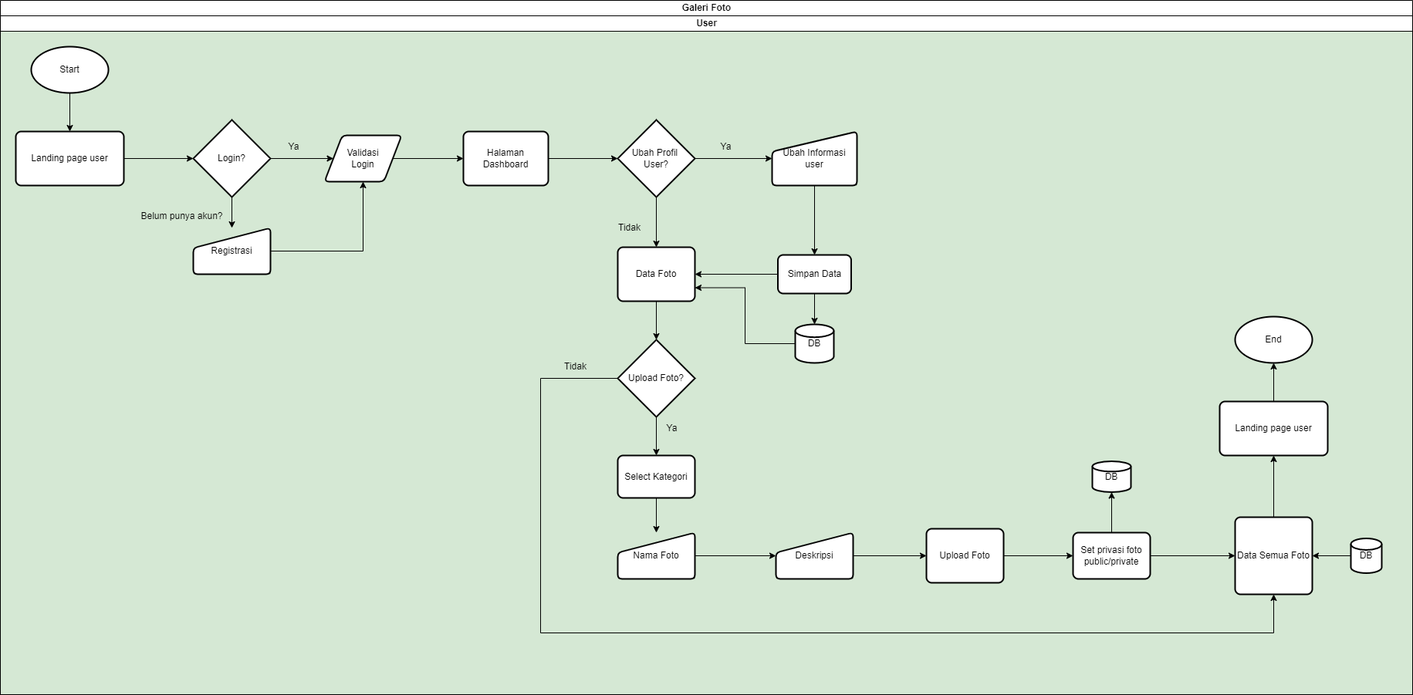
Earlier version of the draw.io export Documentation/Flowchart/Flow Galeri Foto.png (Rinagustisya/Galeri-Foto). Source tidied: cells renumbered, new cells last; positions are measured from the earlier drawing's top-left corner, leaving out a move shared by most shapes.
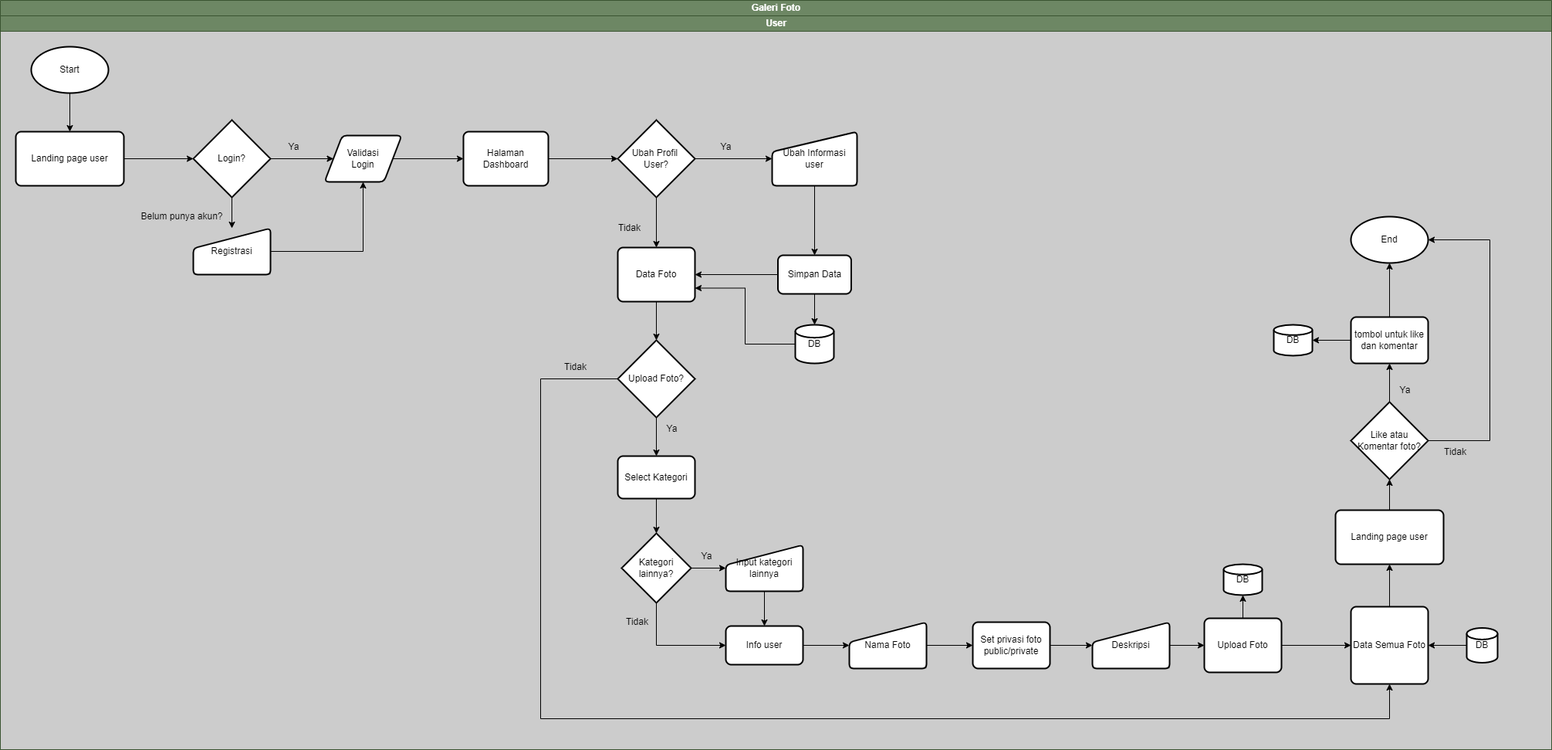
The same diagram one commit later.

Diff of the diagram source:
```diff
@@ -1,12 +1,12 @@
-<mxGraphModel background="#D5E8D4">
+<mxGraphModel background="#CCCCCC">
   <root>
     <mxCell id="0" />
     <mxCell id="1" parent="0" />
-    <mxCell id="2" value="User" style="swimlane;startSize=20;html=1;" parent="1" vertex="1">
-      <mxGeometry y="20" width="1830" height="880" as="geometry" />
+    <mxCell id="2" value="User" style="swimlane;startSize=20;html=1;fillColor=#6d8764;strokeColor=#3A5431;fontColor=#ffffff;" parent="1" vertex="1">
+      <mxGeometry y="20" width="2010" height="950" as="geometry" />
     </mxCell>
-    <mxCell id="3" value="Galeri Foto" style="swimlane;startSize=20;html=1;" parent="1" vertex="1">
-      <mxGeometry width="1830" height="900" as="geometry" />
+    <mxCell id="3" value="Galeri Foto" style="swimlane;startSize=20;html=1;fillColor=#6d8764;fontColor=#ffffff;strokeColor=#3A5431;" parent="1" vertex="1">
+      <mxGeometry width="2010" height="970" as="geometry" />
     </mxCell>
     <mxCell id="4" value="Start" style="strokeWidth=2;html=1;shape=mxgraph.flowchart.start_1;whiteSpace=wrap;" parent="3" vertex="1">
       <mxGeometry x="40" y="60" width="100" height="60" as="geometry" />
@@ -102,46 +102,46 @@
       <mxGeometry relative="1" as="geometry">
         <Array as="points">
           <mxPoint x="700" y="490" />
-          <mxPoint x="700" y="820" />
-          <mxPoint x="1650" y="820" />
+          <mxPoint x="700" y="930" />
+          <mxPoint x="1800" y="930" />
         </Array>
       </mxGeometry>
     </mxCell>
     <mxCell id="35" value="Upload Foto?" style="strokeWidth=2;html=1;shape=mxgraph.flowchart.decision;whiteSpace=wrap;" parent="3" vertex="1">
       <mxGeometry x="800" y="440" width="100" height="100" as="geometry" />
     </mxCell>
+    <mxCell id="57" style="edgeStyle=orthogonalEdgeStyle;rounded=0;jettySize=auto;html=1;" parent="3" edge="1" source="36" target="65">
+      <mxGeometry relative="1" as="geometry" />
+    </mxCell>
     <mxCell id="36" value="Select Kategori" style="rounded=1;whiteSpace=wrap;html=1;absoluteArcSize=1;arcSize=14;strokeWidth=2;" parent="3" vertex="1">
       <mxGeometry x="800" y="590" width="100" height="55" as="geometry" />
     </mxCell>
+    <mxCell id="58" style="edgeStyle=orthogonalEdgeStyle;rounded=0;jettySize=auto;html=1;" parent="3" edge="1" source="37" target="46">
+      <mxGeometry relative="1" as="geometry" />
+    </mxCell>
     <mxCell id="37" value="Nama Foto" style="html=1;strokeWidth=2;shape=manualInput;whiteSpace=wrap;rounded=1;size=26;arcSize=11;" parent="3" vertex="1">
-      <mxGeometry x="800" y="690" width="100" height="60" as="geometry" />
+      <mxGeometry x="1100" y="805" width="100" height="60" as="geometry" />
     </mxCell>
-    <mxCell id="38" style="edgeStyle=orthogonalEdgeStyle;rounded=0;jettySize=auto;html=1;" parent="3" edge="1" source="36" target="37">
-      <mxGeometry relative="1" as="geometry" />
-    </mxCell>
     <mxCell id="39" style="edgeStyle=orthogonalEdgeStyle;rounded=0;jettySize=auto;html=1;" parent="3" edge="1" source="40" target="43">
       <mxGeometry relative="1" as="geometry" />
     </mxCell>
     <mxCell id="40" value="Deskripsi" style="html=1;strokeWidth=2;shape=manualInput;whiteSpace=wrap;rounded=1;size=26;arcSize=11;" parent="3" vertex="1">
-      <mxGeometry x="1005" y="690" width="100" height="60" as="geometry" />
+      <mxGeometry x="1415" y="805" width="100" height="60" as="geometry" />
     </mxCell>
-    <mxCell id="41" style="edgeStyle=orthogonalEdgeStyle;rounded=0;jettySize=auto;html=1;" parent="3" edge="1" source="37" target="40">
-      <mxGeometry relative="1" as="geometry" />
-    </mxCell>
-    <mxCell id="42" style="edgeStyle=orthogonalEdgeStyle;rounded=0;jettySize=auto;html=1;" parent="3" edge="1" source="43" target="46">
-      <mxGeometry relative="1" as="geometry" />
-    </mxCell>
+    <mxCell id="59" style="edgeStyle=orthogonalEdgeStyle;rounded=0;jettySize=auto;html=1;" parent="3" edge="1" source="43" target="54">
+      <mxGeometry relative="1" as="geometry" />
+    </mxCell>
+    <mxCell id="60" style="edgeStyle=orthogonalEdgeStyle;rounded=0;jettySize=auto;html=1;" parent="3" edge="1" source="43" target="49">
+      <mxGeometry relative="1" as="geometry" />
+    </mxCell>
     <mxCell id="43" value="Upload Foto" style="rounded=1;whiteSpace=wrap;html=1;absoluteArcSize=1;arcSize=14;strokeWidth=2;" parent="3" vertex="1">
-      <mxGeometry x="1200" y="685" width="100" height="70" as="geometry" />
+      <mxGeometry x="1560" y="800" width="100" height="70" as="geometry" />
     </mxCell>
-    <mxCell id="44" style="edgeStyle=orthogonalEdgeStyle;rounded=0;jettySize=auto;html=1;" parent="3" edge="1" source="46" target="49">
-      <mxGeometry relative="1" as="geometry" />
-    </mxCell>
-    <mxCell id="45" style="edgeStyle=orthogonalEdgeStyle;rounded=0;jettySize=auto;html=1;" parent="3" edge="1" source="46" target="54">
-      <mxGeometry relative="1" as="geometry" />
-    </mxCell>
+    <mxCell id="61" style="edgeStyle=orthogonalEdgeStyle;rounded=0;jettySize=auto;html=1;" parent="3" edge="1" source="46" target="40">
+      <mxGeometry relative="1" as="geometry" />
+    </mxCell>
     <mxCell id="46" value="Set privasi foto&lt;br&gt;public/private" style="rounded=1;whiteSpace=wrap;html=1;absoluteArcSize=1;arcSize=14;strokeWidth=2;" parent="3" vertex="1">
-      <mxGeometry x="1390" y="690" width="100" height="60" as="geometry" />
+      <mxGeometry x="1260" y="805" width="100" height="60" as="geometry" />
     </mxCell>
     <mxCell id="47" value="Ya" style="text;html=1;align=center;verticalAlign=middle;fillColor=none;strokeColor=none;rounded=0;" parent="3" vertex="1">
       <mxGeometry x="850" y="540" width="40" height="30" as="geometry" />
@@ -150,28 +150,91 @@
       <mxGeometry relative="1" as="geometry" />
     </mxCell>
     <mxCell id="49" value="Data Semua Foto" style="rounded=1;whiteSpace=wrap;html=1;absoluteArcSize=1;arcSize=14;strokeWidth=2;" parent="3" vertex="1">
-      <mxGeometry x="1600" y="670" width="100" height="100" as="geometry" />
+      <mxGeometry x="1750" y="785" width="100" height="100" as="geometry" />
     </mxCell>
-    <mxCell id="50" style="edgeStyle=orthogonalEdgeStyle;rounded=0;jettySize=auto;html=1;" parent="3" edge="1" source="51" target="52">
-      <mxGeometry relative="1" as="geometry" />
-    </mxCell>
+    <mxCell id="62" style="edgeStyle=orthogonalEdgeStyle;rounded=0;jettySize=auto;html=1;" parent="3" edge="1" source="51" target="74">
+      <mxGeometry relative="1" as="geometry" />
+    </mxCell>
     <mxCell id="51" value="Landing page user" style="rounded=1;whiteSpace=wrap;html=1;absoluteArcSize=1;arcSize=14;strokeWidth=2;" parent="3" vertex="1">
-      <mxGeometry x="1580" y="520" width="140" height="70" as="geometry" />
+      <mxGeometry x="1730" y="660" width="140" height="70" as="geometry" />
     </mxCell>
     <mxCell id="52" value="End" style="strokeWidth=2;html=1;shape=mxgraph.flowchart.start_1;whiteSpace=wrap;" parent="3" vertex="1">
-      <mxGeometry x="1600" y="410" width="100" height="60" as="geometry" />
+      <mxGeometry x="1750" y="280" width="100" height="60" as="geometry" />
     </mxCell>
     <mxCell id="53" value="Tidak" style="text;html=1;align=center;verticalAlign=middle;fillColor=none;strokeColor=none;rounded=0;" parent="3" vertex="1">
       <mxGeometry x="720" y="460" width="50" height="30" as="geometry" />
     </mxCell>
     <mxCell id="54" value="DB" style="strokeWidth=2;html=1;shape=mxgraph.flowchart.database;whiteSpace=wrap;" parent="3" vertex="1">
-      <mxGeometry x="1415" y="597.5" width="50" height="40" as="geometry" />
+      <mxGeometry x="1585" y="730" width="50" height="40" as="geometry" />
     </mxCell>
     <mxCell id="55" style="edgeStyle=orthogonalEdgeStyle;rounded=0;jettySize=auto;html=1;" parent="3" edge="1" source="56" target="49">
       <mxGeometry relative="1" as="geometry" />
     </mxCell>
     <mxCell id="56" value="DB" style="strokeWidth=2;html=1;shape=mxgraph.flowchart.database;whiteSpace=wrap;" parent="3" vertex="1">
-      <mxGeometry x="1750" y="697.5" width="40" height="45" as="geometry" />
+      <mxGeometry x="1900" y="812.5" width="40" height="45" as="geometry" />
     </mxCell>
+    <mxCell id="63" style="edgeStyle=orthogonalEdgeStyle;rounded=0;jettySize=auto;html=1;" parent="3" edge="1" source="65" target="67">
+      <mxGeometry relative="1" as="geometry" />
+    </mxCell>
+    <mxCell id="64" style="edgeStyle=orthogonalEdgeStyle;rounded=0;jettySize=auto;html=1;entryX=0;entryY=0.5;entryDx=0;entryDy=0;" parent="3" edge="1" source="65" target="69">
+      <mxGeometry relative="1" as="geometry">
+        <Array as="points">
+          <mxPoint x="850" y="835" />
+        </Array>
+      </mxGeometry>
+    </mxCell>
+    <mxCell id="65" value="Kategori lainnya?" style="strokeWidth=2;html=1;shape=mxgraph.flowchart.decision;whiteSpace=wrap;" parent="3" vertex="1">
+      <mxGeometry x="805" y="690" width="90" height="90" as="geometry" />
+    </mxCell>
+    <mxCell id="66" style="edgeStyle=orthogonalEdgeStyle;rounded=0;jettySize=auto;html=1;" parent="3" edge="1" source="67" target="69">
+      <mxGeometry relative="1" as="geometry" />
+    </mxCell>
+    <mxCell id="67" value="Input kategori lainnya" style="html=1;strokeWidth=2;shape=manualInput;whiteSpace=wrap;rounded=1;size=26;arcSize=11;" parent="3" vertex="1">
+      <mxGeometry x="940" y="705" width="100" height="60" as="geometry" />
+    </mxCell>
+    <mxCell id="68" style="edgeStyle=orthogonalEdgeStyle;rounded=0;jettySize=auto;html=1;" parent="3" edge="1" source="69" target="37">
+      <mxGeometry relative="1" as="geometry" />
+    </mxCell>
+    <mxCell id="69" value="Info user" style="rounded=1;whiteSpace=wrap;html=1;absoluteArcSize=1;arcSize=14;strokeWidth=2;" parent="3" vertex="1">
+      <mxGeometry x="940" y="810" width="100" height="50" as="geometry" />
+    </mxCell>
+    <mxCell id="70" value="Ya" style="text;html=1;align=center;verticalAlign=middle;fillColor=none;strokeColor=none;rounded=0;" parent="3" vertex="1">
+      <mxGeometry x="895" y="705" width="40" height="30" as="geometry" />
+    </mxCell>
+    <mxCell id="71" value="Tidak" style="text;html=1;align=center;verticalAlign=middle;fillColor=none;strokeColor=none;rounded=0;" parent="3" vertex="1">
+      <mxGeometry x="800" y="790" width="50" height="30" as="geometry" />
+    </mxCell>
+    <mxCell id="72" style="edgeStyle=orthogonalEdgeStyle;rounded=0;jettySize=auto;html=1;" parent="3" edge="1" source="74" target="77">
+      <mxGeometry relative="1" as="geometry" />
+    </mxCell>
+    <mxCell id="73" style="edgeStyle=orthogonalEdgeStyle;rounded=0;jettySize=auto;html=1;entryX=1;entryY=0.5;entryDx=0;entryDy=0;entryPerimeter=0;" parent="3" edge="1" source="74" target="52">
+      <mxGeometry relative="1" as="geometry">
+        <Array as="points">
+          <mxPoint x="1930" y="570" />
+          <mxPoint x="1930" y="310" />
+        </Array>
+      </mxGeometry>
+    </mxCell>
+    <mxCell id="74" value="Like atau Komentar foto?" style="strokeWidth=2;html=1;shape=mxgraph.flowchart.decision;whiteSpace=wrap;" parent="3" vertex="1">
+      <mxGeometry x="1750" y="520" width="100" height="100" as="geometry" />
+    </mxCell>
+    <mxCell id="75" style="edgeStyle=orthogonalEdgeStyle;rounded=0;jettySize=auto;html=1;" parent="3" edge="1" source="77" target="52">
+      <mxGeometry relative="1" as="geometry" />
+    </mxCell>
+    <mxCell id="76" style="edgeStyle=orthogonalEdgeStyle;rounded=0;jettySize=auto;html=1;" parent="3" edge="1" source="77" target="78">
+      <mxGeometry relative="1" as="geometry" />
+    </mxCell>
+    <mxCell id="77" value="tombol untuk like dan komentar" style="rounded=1;whiteSpace=wrap;html=1;absoluteArcSize=1;arcSize=14;strokeWidth=2;" parent="3" vertex="1">
+      <mxGeometry x="1750" y="410" width="100" height="60" as="geometry" />
+    </mxCell>
+    <mxCell id="78" value="DB" style="strokeWidth=2;html=1;shape=mxgraph.flowchart.database;whiteSpace=wrap;" parent="3" vertex="1">
+      <mxGeometry x="1650" y="420" width="50" height="40" as="geometry" />
+    </mxCell>
+    <mxCell id="79" value="Ya" style="text;html=1;align=center;verticalAlign=middle;fillColor=none;strokeColor=none;rounded=0;" parent="3" vertex="1">
+      <mxGeometry x="1800" y="490" width="40" height="30" as="geometry" />
+    </mxCell>
+    <mxCell id="80" value="Tidak" style="text;html=1;align=center;verticalAlign=middle;fillColor=none;strokeColor=none;rounded=0;" parent="3" vertex="1">
+      <mxGeometry x="1860" y="570" width="50" height="30" as="geometry" />
+    </mxCell>
   </root>
 </mxGraphModel>
```
